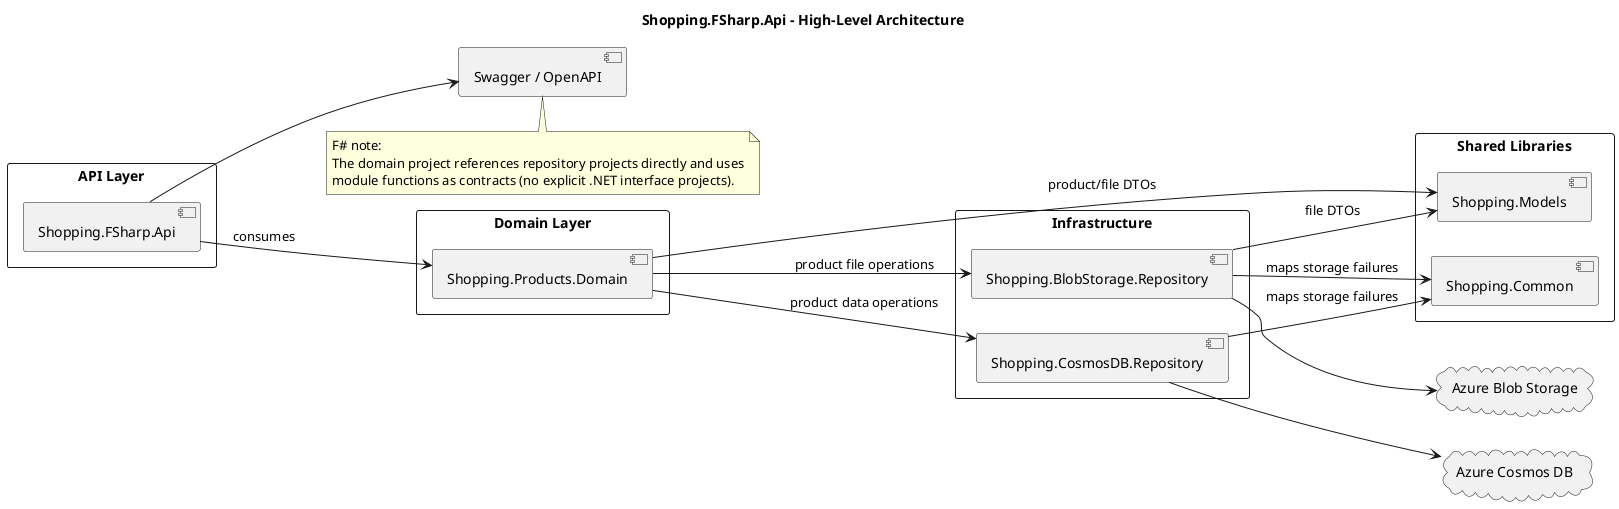
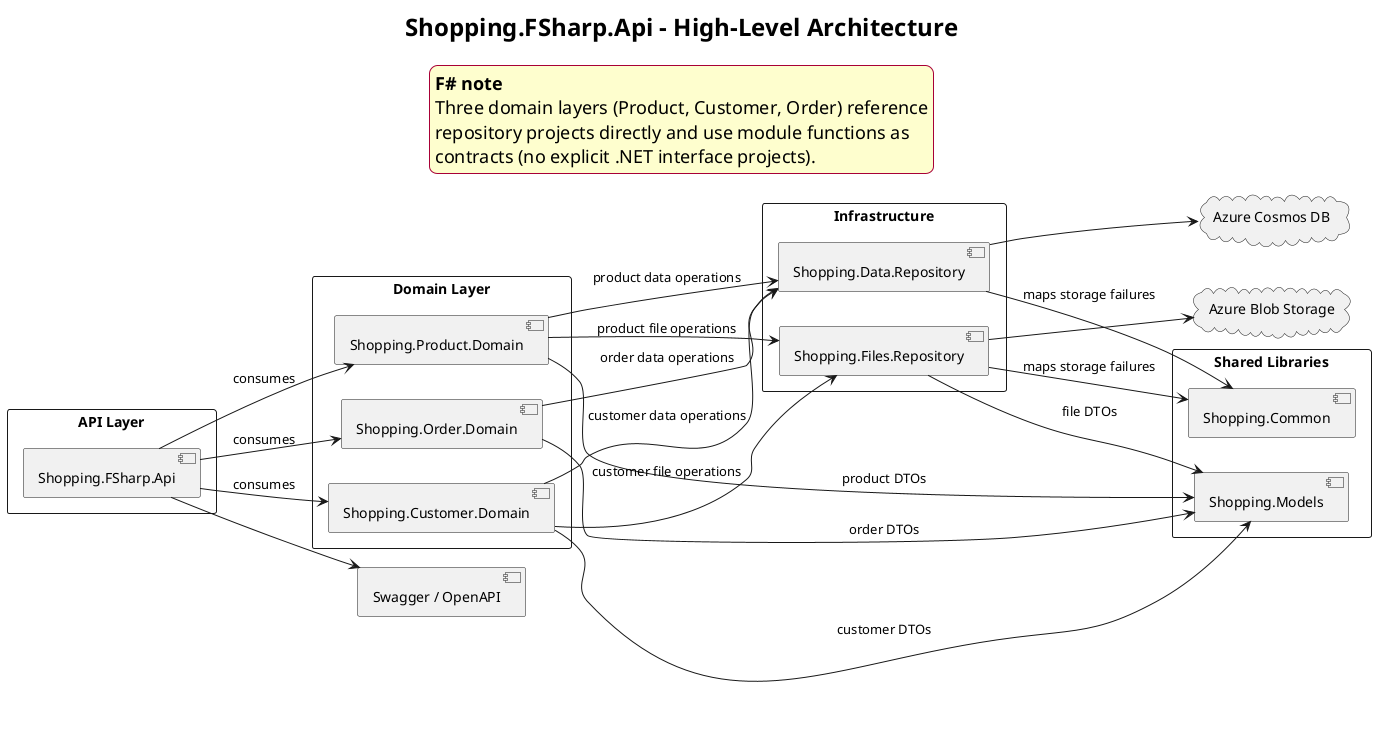
@startuml

title Shopping.FSharp.Api - High-Level Architecture
left to right direction
skinparam packageStyle rectangle
skinparam shadowing false
+ skinparam TitleFontSize 24
+ skinparam LegendFontSize 18
+ skinparam LegendBackgroundColor #FEFECE
+ skinparam LegendBorderColor #A80036

package "API Layer" {
  [Shopping.FSharp.Api]
}

package "Domain Layer" {
-   [Shopping.Products.Domain]
+   [Shopping.Product.Domain]
+   [Shopping.Customer.Domain]
+   [Shopping.Order.Domain]
}

package "Shared Libraries" {
  [Shopping.Models]
  [Shopping.Common]
}

package "Infrastructure" {
-   [Shopping.CosmosDB.Repository]
-   [Shopping.BlobStorage.Repository]
+   [Shopping.Data.Repository]
+   [Shopping.Files.Repository]
}

cloud "Azure Cosmos DB" as Cosmos
cloud "Azure Blob Storage" as Blob
component "Swagger / OpenAPI" as Swagger

- [Shopping.FSharp.Api] --> [Shopping.Products.Domain] : consumes
+ [Shopping.FSharp.Api] --> [Shopping.Product.Domain] : consumes
+ [Shopping.FSharp.Api] --> [Shopping.Customer.Domain] : consumes
+ [Shopping.FSharp.Api] --> [Shopping.Order.Domain] : consumes
[Shopping.FSharp.Api] --> Swagger

- [Shopping.Products.Domain] --> [Shopping.CosmosDB.Repository] : product data operations
- [Shopping.Products.Domain] --> [Shopping.BlobStorage.Repository] : product file operations
- [Shopping.Products.Domain] --> [Shopping.Models] : product/file DTOs
+ [Shopping.Product.Domain] --> [Shopping.Data.Repository] : product data operations
+ [Shopping.Product.Domain] --> [Shopping.Files.Repository] : product file operations
+ [Shopping.Product.Domain] --> [Shopping.Models] : product DTOs

- [Shopping.CosmosDB.Repository] --> [Shopping.Common] : maps storage failures
- [Shopping.BlobStorage.Repository] --> [Shopping.Models] : file DTOs
- [Shopping.BlobStorage.Repository] --> [Shopping.Common] : maps storage failures
+ [Shopping.Customer.Domain] --> [Shopping.Data.Repository] : customer data operations
+ [Shopping.Customer.Domain] --> [Shopping.Files.Repository] : customer file operations
+ [Shopping.Customer.Domain] --> [Shopping.Models] : customer DTOs

- [Shopping.CosmosDB.Repository] --> Cosmos
- [Shopping.BlobStorage.Repository] --> Blob
+ [Shopping.Order.Domain] --> [Shopping.Data.Repository] : order data operations
+ [Shopping.Order.Domain] --> [Shopping.Models] : order DTOs

- note bottom
-   F# note:
-   The domain project references repository projects directly and uses
-   module functions as contracts (no explicit .NET interface projects).
- end note
+ [Shopping.Data.Repository] --> [Shopping.Common] : maps storage failures
+ [Shopping.Files.Repository] --> [Shopping.Models] : file DTOs
+ [Shopping.Files.Repository] --> [Shopping.Common] : maps storage failures
+ 
+ [Shopping.Data.Repository] --> Cosmos
+ [Shopping.Files.Repository] --> Blob
+ 
+ legend top center
+   <b>F# note</b>
+   Three domain layers (Product, Customer, Order) reference
+   repository projects directly and use module functions as
+   contracts (no explicit .NET interface projects).
+ endlegend

@enduml
